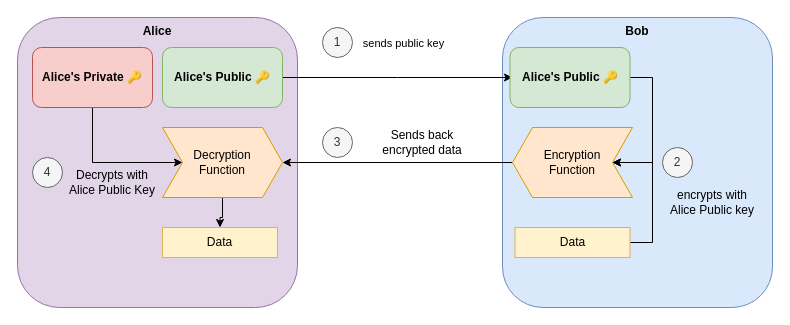
Before: assets/certs-in-and-outs/alice-bob.drawio.xml in dtap001/techie-tales, a draw.io diagram. Source tidied: cells renumbered, new cells numbered last; positions are measured from the earlier drawing's top-left corner, leaving out a move shared by most shapes. Both pictures are drawn from the tidied source at 100%, with x=0, y=0 at pixel (17, 17).
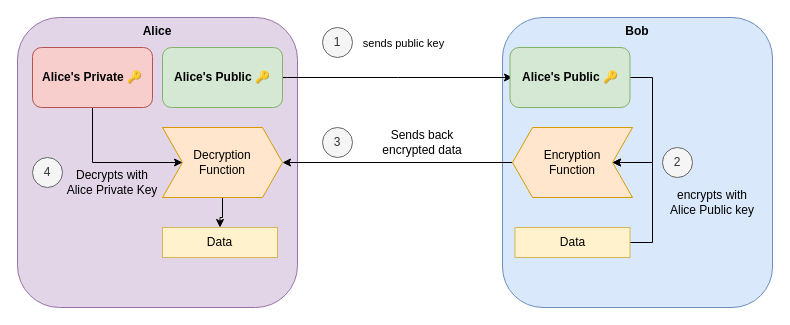
Above is the later version.

Change to the diagram source:
```diff
@@
-    <mxCell id="24" value="&lt;div&gt;Decrypts with&lt;/div&gt;&lt;div&gt;Alice Public Key&lt;br&gt;&lt;/div&gt;" style="text;html=1;align=center;verticalAlign=middle;whiteSpace=wrap;rounded=0;" parent="1" vertex="1">
+    <mxCell id="24" value="&lt;div&gt;Decrypts with&lt;/div&gt;&lt;div&gt;Alice Private Key&lt;br&gt;&lt;/div&gt;" style="text;html=1;align=center;verticalAlign=middle;whiteSpace=wrap;rounded=0;" parent="1" vertex="1">
       <mxGeometry x="35" y="150" width="120" height="30" as="geometry" />
     </mxCell>
```
